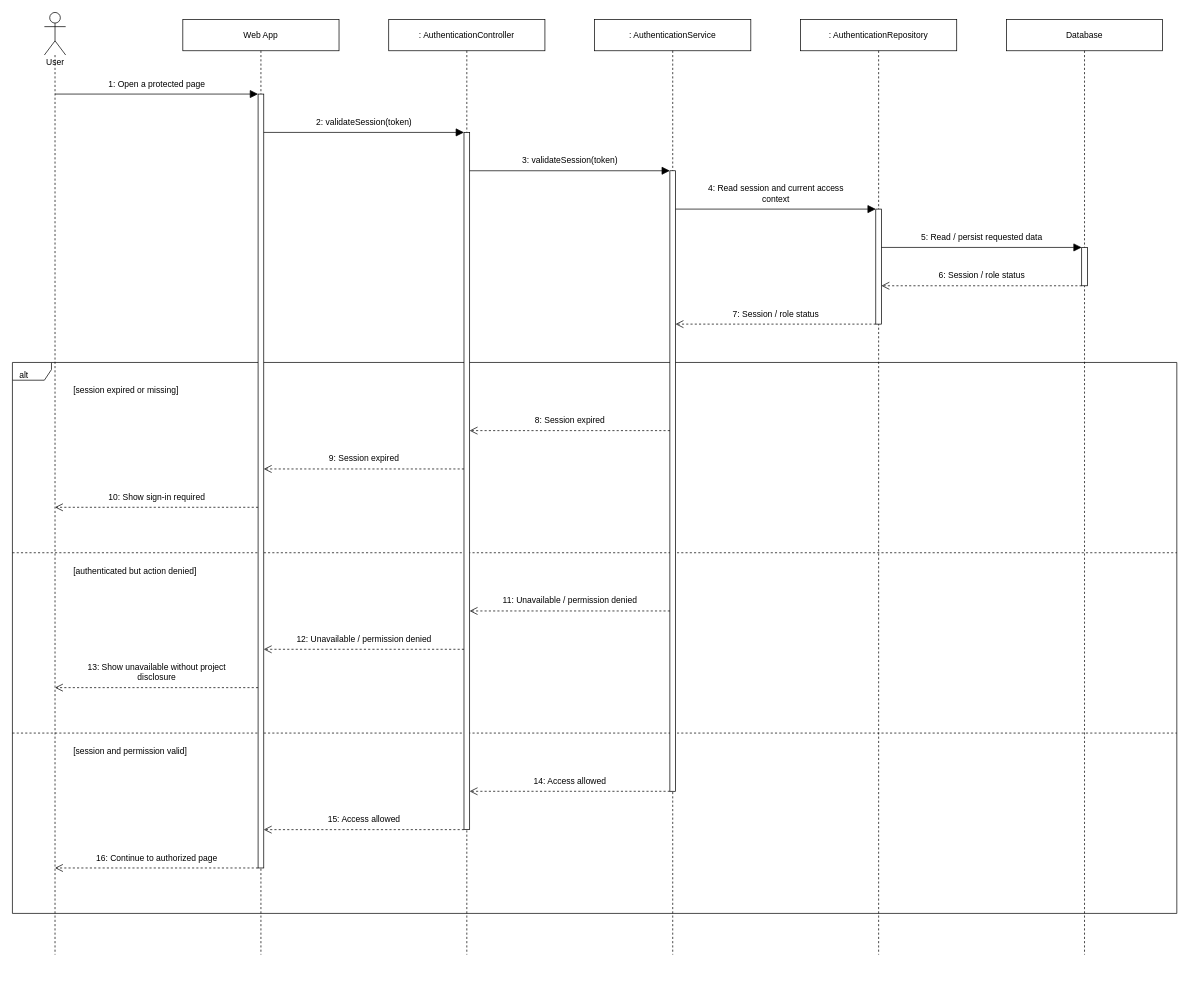
This is page "View Unauthorized and Session Expired Pages" (5 of 5) of diagrams/08-sequence/01-authentication-account/Sequence-Diagrams-Authentication-Account.drawio from openai-scientist/docs, a draw.io file, before an edit. Source tidied: cells renumbered, new cells numbered last; positions are measured from the earlier drawing's top-left corner, leaving out a move shared by most shapes. Both pictures are drawn from the tidied source at 71%, with x=0, y=0 at pixel (12, 12).
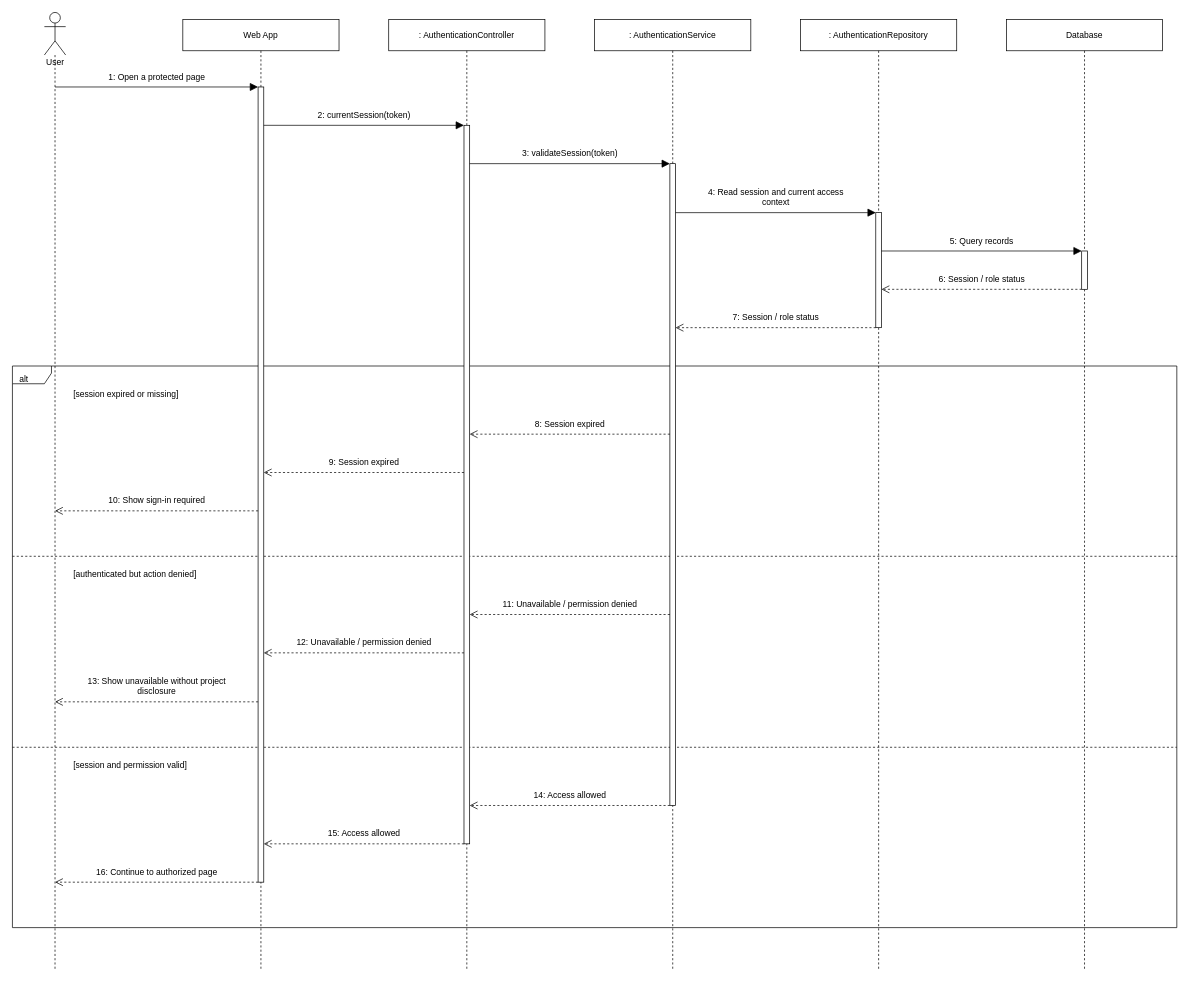
The same diagram, later.

Diff of the diagram source:
```diff
@@
     <mxCell id="2" value="alt" style="html=1;fontFamily=Arial;fontSize=12;fontColor=#000000;strokeColor=#000000;strokeWidth=1;fillColor=#FFFFFF;shape=umlFrame;fillColor=none;width=55;height=25;align=left;verticalAlign=top;spacingLeft=8;spacingTop=5;" parent="1" vertex="1">
-      <mxGeometry y="493" width="1640" height="776" as="geometry" />
+      <mxGeometry y="498" width="1640" height="791" as="geometry" />
     </mxCell>
     <mxCell id="3" value="[session expired or missing]" style="html=1;fontFamily=Arial;fontSize=12;fontColor=#000000;strokeColor=#000000;strokeWidth=1;fillColor=#FFFFFF;text;strokeColor=none;fillColor=none;align=left;verticalAlign=top;" parent="1" vertex="1">
-      <mxGeometry x="84" y="519" width="1541" height="30" as="geometry" />
+      <mxGeometry x="84" y="524" width="1541" height="30" as="geometry" />
     </mxCell>
     <mxCell id="4" value="[authenticated but action denied]" style="html=1;fontFamily=Arial;fontSize=12;fontColor=#000000;strokeColor=#000000;strokeWidth=1;fillColor=#FFFFFF;text;strokeColor=none;fillColor=none;align=left;verticalAlign=top;" parent="1" vertex="1">
-      <mxGeometry x="84" y="773" width="1541" height="30" as="geometry" />
+      <mxGeometry x="84" y="778" width="1541" height="30" as="geometry" />
     </mxCell>
     <mxCell id="5" value="[session and permission valid]" style="html=1;fontFamily=Arial;fontSize=12;fontColor=#000000;strokeColor=#000000;strokeWidth=1;fillColor=#FFFFFF;text;strokeColor=none;fillColor=none;align=left;verticalAlign=top;" parent="1" vertex="1">
-      <mxGeometry x="84" y="1027" width="1541" height="30" as="geometry" />
+      <mxGeometry x="84" y="1047" width="1541" height="30" as="geometry" />
     </mxCell>
     <mxCell id="6" style="html=1;fontFamily=Arial;fontSize=12;fontColor=#000000;strokeColor=#000000;strokeWidth=1;fillColor=#FFFFFF;dashed=1;endArrow=none;" parent="1" edge="1">
       <mxGeometry relative="1" as="geometry">
-        <mxPoint y="761" as="sourcePoint" />
-        <mxPoint x="1640" y="761" as="targetPoint" />
+        <mxPoint y="766" as="sourcePoint" />
+        <mxPoint x="1640" y="766" as="targetPoint" />
       </mxGeometry>
     </mxCell>
     <mxCell id="7" style="html=1;fontFamily=Arial;fontSize=12;fontColor=#000000;strokeColor=#000000;strokeWidth=1;fillColor=#FFFFFF;dashed=1;endArrow=none;" parent="1" edge="1">
       <mxGeometry relative="1" as="geometry">
-        <mxPoint y="1015" as="sourcePoint" />
-        <mxPoint x="1640" y="1015" as="targetPoint" />
+        <mxPoint y="1035" as="sourcePoint" />
+        <mxPoint x="1640" y="1035" as="targetPoint" />
       </mxGeometry>
     </mxCell>
     <mxCell id="8" value="User" style="html=1;fontFamily=Arial;fontSize=12;fontColor=#000000;strokeColor=#000000;strokeWidth=1;fillColor=#FFFFFF;shape=umlLifeline;participant=umlActor;size=60;perimeter=lifelinePerimeter;verticalAlign=bottom;spacingBottom=-20;" parent="1" vertex="1">
-      <mxGeometry x="45" width="30" height="1327" as="geometry" />
+      <mxGeometry x="45" width="30" height="1347" as="geometry" />
     </mxCell>
     <mxCell id="9" value="Web App" style="html=1;fontFamily=Arial;fontSize=12;fontColor=#000000;strokeColor=#000000;strokeWidth=1;fillColor=#FFFFFF;shape=umlLifeline;size=44;perimeter=lifelinePerimeter;whiteSpace=wrap;" parent="1" vertex="1">
-      <mxGeometry x="240" y="10" width="220" height="1317" as="geometry" />
+      <mxGeometry x="240" y="10" width="220" height="1337" as="geometry" />
     </mxCell>
     <mxCell id="10" value=": AuthenticationController" style="html=1;fontFamily=Arial;fontSize=12;fontColor=#000000;strokeColor=#000000;strokeWidth=1;fillColor=#FFFFFF;shape=umlLifeline;size=44;perimeter=lifelinePerimeter;whiteSpace=wrap;" parent="1" vertex="1">
-      <mxGeometry x="530" y="10" width="220" height="1317" as="geometry" />
+      <mxGeometry x="530" y="10" width="220" height="1337" as="geometry" />
     </mxCell>
     <mxCell id="11" value=": AuthenticationService" style="html=1;fontFamily=Arial;fontSize=12;fontColor=#000000;strokeColor=#000000;strokeWidth=1;fillColor=#FFFFFF;shape=umlLifeline;size=44;perimeter=lifelinePerimeter;whiteSpace=wrap;" parent="1" vertex="1">
-      <mxGeometry x="820" y="10" width="220" height="1317" as="geometry" />
+      <mxGeometry x="820" y="10" width="220" height="1337" as="geometry" />
     </mxCell>
     <mxCell id="12" value=": AuthenticationRepository" style="html=1;fontFamily=Arial;fontSize=12;fontColor=#000000;strokeColor=#000000;strokeWidth=1;fillColor=#FFFFFF;shape=umlLifeline;size=44;perimeter=lifelinePerimeter;whiteSpace=wrap;" parent="1" vertex="1">
-      <mxGeometry x="1110" y="10" width="220" height="1317" as="geometry" />
+      <mxGeometry x="1110" y="10" width="220" height="1337" as="geometry" />
     </mxCell>
     <mxCell id="13" value="Database" style="html=1;fontFamily=Arial;fontSize=12;fontColor=#000000;strokeColor=#000000;strokeWidth=1;fillColor=#FFFFFF;shape=umlLifeline;size=44;perimeter=lifelinePerimeter;whiteSpace=wrap;" parent="1" vertex="1">
-      <mxGeometry x="1400" y="10" width="220" height="1317" as="geometry" />
+      <mxGeometry x="1400" y="10" width="220" height="1337" as="geometry" />
     </mxCell>
     <mxCell id="14" style="html=1;fontFamily=Arial;fontSize=12;fontColor=#000000;strokeColor=#000000;strokeWidth=1;fillColor=#FFFFFF;" parent="9" vertex="1">
-      <mxGeometry x="106" y="105" width="8" height="1090" as="geometry" />
+      <mxGeometry x="106" y="95" width="8" height="1120" as="geometry" />
     </mxCell>
     <mxCell id="15" style="html=1;fontFamily=Arial;fontSize=12;fontColor=#000000;strokeColor=#000000;strokeWidth=1;fillColor=#FFFFFF;" parent="10" vertex="1">
-      <mxGeometry x="106" y="159" width="8" height="982" as="geometry" />
+      <mxGeometry x="106" y="149" width="8" height="1012" as="geometry" />
     </mxCell>
     <mxCell id="16" style="html=1;fontFamily=Arial;fontSize=12;fontColor=#000000;strokeColor=#000000;strokeWidth=1;fillColor=#FFFFFF;" parent="11" vertex="1">
-      <mxGeometry x="106" y="213" width="8" height="874" as="geometry" />
+      <mxGeometry x="106" y="203" width="8" height="904" as="geometry" />
     </mxCell>
     <mxCell id="17" style="html=1;fontFamily=Arial;fontSize=12;fontColor=#000000;strokeColor=#000000;strokeWidth=1;fillColor=#FFFFFF;" parent="12" vertex="1">
-      <mxGeometry x="106" y="267" width="8" height="162" as="geometry" />
+      <mxGeometry x="106" y="272" width="8" height="162" as="geometry" />
     </mxCell>
     <mxCell id="18" style="html=1;fontFamily=Arial;fontSize=12;fontColor=#000000;strokeColor=#000000;strokeWidth=1;fillColor=#FFFFFF;" parent="13" vertex="1">
-      <mxGeometry x="106" y="321" width="8" height="54" as="geometry" />
+      <mxGeometry x="106" y="326" width="8" height="54" as="geometry" />
     </mxCell>
-    <mxCell id="19" value="1: Open a protected page" style="html=1;fontFamily=Arial;fontSize=12;fontColor=#000000;strokeColor=#000000;strokeWidth=1;fillColor=#FFFFFF;edgeStyle=none;rounded=0;endSize=9;endArrow=block;endFill=1;labelBackgroundColor=#FFFFFF;verticalAlign=bottom;spacingBottom=5;exitX=0.5;exitY=0.08666164280331574;entryX=0;entryY=0.0;exitPerimeter=0;entryPerimeter=0;" parent="1" edge="1" source="8" target="14">
+    <mxCell id="19" value="1: Open a protected page" style="html=1;fontFamily=Arial;fontSize=12;fontColor=#000000;strokeColor=#000000;strokeWidth=1;fillColor=#FFFFFF;edgeStyle=none;rounded=0;endSize=9;endArrow=block;endFill=1;labelBackgroundColor=#FFFFFF;verticalAlign=bottom;spacingBottom=5;exitX=0.5;exitY=0.0779510022271715;entryX=0;entryY=0.0;exitPerimeter=0;entryPerimeter=0;" parent="1" edge="1" source="8" target="14">
       <mxGeometry relative="1" as="geometry" />
     </mxCell>
-    <mxCell id="20" value="2: validateSession(token)" style="html=1;fontFamily=Arial;fontSize=12;fontColor=#000000;strokeColor=#000000;strokeWidth=1;fillColor=#FFFFFF;edgeStyle=none;rounded=0;endSize=9;endArrow=block;endFill=1;labelBackgroundColor=#FFFFFF;verticalAlign=bottom;spacingBottom=5;exitX=1;exitY=0.04954128440366973;entryX=0;entryY=0.0;exitPerimeter=0;entryPerimeter=0;" parent="1" edge="1" source="14" target="15">
+    <mxCell id="20" value="2: currentSession(token)" style="html=1;fontFamily=Arial;fontSize=12;fontColor=#000000;strokeColor=#000000;strokeWidth=1;fillColor=#FFFFFF;edgeStyle=none;rounded=0;endSize=9;endArrow=block;endFill=1;labelBackgroundColor=#FFFFFF;verticalAlign=bottom;spacingBottom=5;exitX=1;exitY=0.048214285714285716;entryX=0;entryY=0.0;exitPerimeter=0;entryPerimeter=0;" parent="1" edge="1" source="14" target="15">
       <mxGeometry relative="1" as="geometry" />
     </mxCell>
-    <mxCell id="21" value="3: validateSession(token)" style="html=1;fontFamily=Arial;fontSize=12;fontColor=#000000;strokeColor=#000000;strokeWidth=1;fillColor=#FFFFFF;edgeStyle=none;rounded=0;endSize=9;endArrow=block;endFill=1;labelBackgroundColor=#FFFFFF;verticalAlign=bottom;spacingBottom=5;exitX=1;exitY=0.054989816700611;entryX=0;entryY=0.0;exitPerimeter=0;entryPerimeter=0;" parent="1" edge="1" source="15" target="16">
+    <mxCell id="21" value="3: validateSession(token)" style="html=1;fontFamily=Arial;fontSize=12;fontColor=#000000;strokeColor=#000000;strokeWidth=1;fillColor=#FFFFFF;edgeStyle=none;rounded=0;endSize=9;endArrow=block;endFill=1;labelBackgroundColor=#FFFFFF;verticalAlign=bottom;spacingBottom=5;exitX=1;exitY=0.0533596837944664;entryX=0;entryY=0.0;exitPerimeter=0;entryPerimeter=0;" parent="1" edge="1" source="15" target="16">
       <mxGeometry relative="1" as="geometry" />
     </mxCell>
-    <mxCell id="22" value="4: Read session and current access&lt;br&gt;context" style="html=1;fontFamily=Arial;fontSize=12;fontColor=#000000;strokeColor=#000000;strokeWidth=1;fillColor=#FFFFFF;edgeStyle=none;rounded=0;endSize=9;endArrow=block;endFill=1;labelBackgroundColor=#FFFFFF;verticalAlign=bottom;spacingBottom=5;exitX=1;exitY=0.06178489702517163;entryX=0;entryY=0.0;exitPerimeter=0;entryPerimeter=0;" parent="1" edge="1" source="16" target="17">
+    <mxCell id="22" value="4: Read session and current access&lt;br&gt;context" style="html=1;fontFamily=Arial;fontSize=12;fontColor=#000000;strokeColor=#000000;strokeWidth=1;fillColor=#FFFFFF;edgeStyle=none;rounded=0;endSize=9;endArrow=block;endFill=1;labelBackgroundColor=#FFFFFF;verticalAlign=bottom;spacingBottom=5;exitX=1;exitY=0.07632743362831858;entryX=0;entryY=0.0;exitPerimeter=0;entryPerimeter=0;" parent="1" edge="1" source="16" target="17">
       <mxGeometry relative="1" as="geometry" />
     </mxCell>
-    <mxCell id="23" value="5: Read / persist requested data" style="html=1;fontFamily=Arial;fontSize=12;fontColor=#000000;strokeColor=#000000;strokeWidth=1;fillColor=#FFFFFF;edgeStyle=none;rounded=0;endSize=9;endArrow=block;endFill=1;labelBackgroundColor=#FFFFFF;verticalAlign=bottom;spacingBottom=5;exitX=1;exitY=0.3333333333333333;entryX=0;entryY=0.0;exitPerimeter=0;entryPerimeter=0;" parent="1" edge="1" source="17" target="18">
+    <mxCell id="23" value="5: Query records" style="html=1;fontFamily=Arial;fontSize=12;fontColor=#000000;strokeColor=#000000;strokeWidth=1;fillColor=#FFFFFF;edgeStyle=none;rounded=0;endSize=9;endArrow=block;endFill=1;labelBackgroundColor=#FFFFFF;verticalAlign=bottom;spacingBottom=5;exitX=1;exitY=0.3333333333333333;entryX=0;entryY=0.0;exitPerimeter=0;entryPerimeter=0;" parent="1" edge="1" source="17" target="18">
       <mxGeometry relative="1" as="geometry" />
     </mxCell>
@@
-    <mxCell id="25" value="7: Session / role status" style="html=1;fontFamily=Arial;fontSize=12;fontColor=#000000;strokeColor=#000000;strokeWidth=1;fillColor=#FFFFFF;edgeStyle=none;rounded=0;endSize=9;dashed=1;endArrow=open;endFill=0;labelBackgroundColor=#FFFFFF;verticalAlign=bottom;spacingBottom=5;exitX=0;exitY=1.0;entryX=1;entryY=0.2471395881006865;exitPerimeter=0;entryPerimeter=0;" parent="1" edge="1" source="17" target="16">
+    <mxCell id="25" value="7: Session / role status" style="html=1;fontFamily=Arial;fontSize=12;fontColor=#000000;strokeColor=#000000;strokeWidth=1;fillColor=#FFFFFF;edgeStyle=none;rounded=0;endSize=9;dashed=1;endArrow=open;endFill=0;labelBackgroundColor=#FFFFFF;verticalAlign=bottom;spacingBottom=5;exitX=0;exitY=1.0;entryX=1;entryY=0.2555309734513274;exitPerimeter=0;entryPerimeter=0;" parent="1" edge="1" source="17" target="16">
       <mxGeometry relative="1" as="geometry" />
     </mxCell>
-    <mxCell id="26" value="8: Session expired" style="html=1;fontFamily=Arial;fontSize=12;fontColor=#000000;strokeColor=#000000;strokeWidth=1;fillColor=#FFFFFF;edgeStyle=none;rounded=0;endSize=9;dashed=1;endArrow=open;endFill=0;labelBackgroundColor=#FFFFFF;verticalAlign=bottom;spacingBottom=5;exitX=0;exitY=0.41876430205949655;entryX=1;entryY=0.42769857433808556;exitPerimeter=0;entryPerimeter=0;" parent="1" edge="1" source="16" target="15">
+    <mxCell id="26" value="8: Session expired" style="html=1;fontFamily=Arial;fontSize=12;fontColor=#000000;strokeColor=#000000;strokeWidth=1;fillColor=#FFFFFF;edgeStyle=none;rounded=0;endSize=9;dashed=1;endArrow=open;endFill=0;labelBackgroundColor=#FFFFFF;verticalAlign=bottom;spacingBottom=5;exitX=0;exitY=0.42146017699115046;entryX=1;entryY=0.4298418972332016;exitPerimeter=0;entryPerimeter=0;" parent="1" edge="1" source="16" target="15">
       <mxGeometry relative="1" as="geometry" />
     </mxCell>
-    <mxCell id="27" value="9: Session expired" style="html=1;fontFamily=Arial;fontSize=12;fontColor=#000000;strokeColor=#000000;strokeWidth=1;fillColor=#FFFFFF;edgeStyle=none;rounded=0;endSize=9;dashed=1;endArrow=open;endFill=0;labelBackgroundColor=#FFFFFF;verticalAlign=bottom;spacingBottom=5;exitX=0;exitY=0.48268839103869654;entryX=1;entryY=0.48440366972477067;exitPerimeter=0;entryPerimeter=0;" parent="1" edge="1" source="15" target="14">
+    <mxCell id="27" value="9: Session expired" style="html=1;fontFamily=Arial;fontSize=12;fontColor=#000000;strokeColor=#000000;strokeWidth=1;fillColor=#FFFFFF;edgeStyle=none;rounded=0;endSize=9;dashed=1;endArrow=open;endFill=0;labelBackgroundColor=#FFFFFF;verticalAlign=bottom;spacingBottom=5;exitX=0;exitY=0.48320158102766797;entryX=1;entryY=0.48482142857142857;exitPerimeter=0;entryPerimeter=0;" parent="1" edge="1" source="15" target="14">
       <mxGeometry relative="1" as="geometry" />
     </mxCell>
-    <mxCell id="28" value="10: Show sign-in required" style="html=1;fontFamily=Arial;fontSize=12;fontColor=#000000;strokeColor=#000000;strokeWidth=1;fillColor=#FFFFFF;edgeStyle=none;rounded=0;endSize=9;dashed=1;endArrow=open;endFill=0;labelBackgroundColor=#FFFFFF;verticalAlign=bottom;spacingBottom=5;exitX=0;exitY=0.5339449541284403;entryX=0.5;entryY=0.5252449133383572;exitPerimeter=0;entryPerimeter=0;" parent="1" edge="1" source="14" target="8">
+    <mxCell id="28" value="10: Show sign-in required" style="html=1;fontFamily=Arial;fontSize=12;fontColor=#000000;strokeColor=#000000;strokeWidth=1;fillColor=#FFFFFF;edgeStyle=none;rounded=0;endSize=9;dashed=1;endArrow=open;endFill=0;labelBackgroundColor=#FFFFFF;verticalAlign=bottom;spacingBottom=5;exitX=0;exitY=0.5330357142857143;entryX=0.5;entryY=0.5211581291759465;exitPerimeter=0;entryPerimeter=0;" parent="1" edge="1" source="14" target="8">
       <mxGeometry relative="1" as="geometry" />
     </mxCell>
-    <mxCell id="29" value="11: Unavailable / permission denied" style="html=1;fontFamily=Arial;fontSize=12;fontColor=#000000;strokeColor=#000000;strokeWidth=1;fillColor=#FFFFFF;edgeStyle=none;rounded=0;endSize=9;dashed=1;endArrow=open;endFill=0;labelBackgroundColor=#FFFFFF;verticalAlign=bottom;spacingBottom=5;exitX=0;exitY=0.7093821510297483;entryX=1;entryY=0.6863543788187373;exitPerimeter=0;entryPerimeter=0;" parent="1" edge="1" source="16" target="15">
+    <mxCell id="29" value="11: Unavailable / permission denied" style="html=1;fontFamily=Arial;fontSize=12;fontColor=#000000;strokeColor=#000000;strokeWidth=1;fillColor=#FFFFFF;edgeStyle=none;rounded=0;endSize=9;dashed=1;endArrow=open;endFill=0;labelBackgroundColor=#FFFFFF;verticalAlign=bottom;spacingBottom=5;exitX=0;exitY=0.702433628318584;entryX=1;entryY=0.6808300395256917;exitPerimeter=0;entryPerimeter=0;" parent="1" edge="1" source="16" target="15">
       <mxGeometry relative="1" as="geometry" />
     </mxCell>
-    <mxCell id="30" value="12: Unavailable / permission denied" style="html=1;fontFamily=Arial;fontSize=12;fontColor=#000000;strokeColor=#000000;strokeWidth=1;fillColor=#FFFFFF;edgeStyle=none;rounded=0;endSize=9;dashed=1;endArrow=open;endFill=0;labelBackgroundColor=#FFFFFF;verticalAlign=bottom;spacingBottom=5;exitX=0;exitY=0.7413441955193483;entryX=1;entryY=0.7174311926605504;exitPerimeter=0;entryPerimeter=0;" parent="1" edge="1" source="15" target="14">
+    <mxCell id="30" value="12: Unavailable / permission denied" style="html=1;fontFamily=Arial;fontSize=12;fontColor=#000000;strokeColor=#000000;strokeWidth=1;fillColor=#FFFFFF;edgeStyle=none;rounded=0;endSize=9;dashed=1;endArrow=open;endFill=0;labelBackgroundColor=#FFFFFF;verticalAlign=bottom;spacingBottom=5;exitX=0;exitY=0.7341897233201581;entryX=1;entryY=0.7116071428571429;exitPerimeter=0;entryPerimeter=0;" parent="1" edge="1" source="15" target="14">
       <mxGeometry relative="1" as="geometry" />
     </mxCell>
-    <mxCell id="31" value="13: Show unavailable without project&lt;br&gt;disclosure" style="html=1;fontFamily=Arial;fontSize=12;fontColor=#000000;strokeColor=#000000;strokeWidth=1;fillColor=#FFFFFF;edgeStyle=none;rounded=0;endSize=9;dashed=1;endArrow=open;endFill=0;labelBackgroundColor=#FFFFFF;verticalAlign=bottom;spacingBottom=5;exitX=0;exitY=0.7669724770642202;entryX=0.5;entryY=0.7166541070082894;exitPerimeter=0;entryPerimeter=0;" parent="1" edge="1" source="14" target="8">
+    <mxCell id="31" value="13: Show unavailable without project&lt;br&gt;disclosure" style="html=1;fontFamily=Arial;fontSize=12;fontColor=#000000;strokeColor=#000000;strokeWidth=1;fillColor=#FFFFFF;edgeStyle=none;rounded=0;endSize=9;dashed=1;endArrow=open;endFill=0;labelBackgroundColor=#FFFFFF;verticalAlign=bottom;spacingBottom=5;exitX=0;exitY=0.7732142857142857;entryX=0.5;entryY=0.7208611729769859;exitPerimeter=0;entryPerimeter=0;" parent="1" edge="1" source="14" target="8">
       <mxGeometry relative="1" as="geometry" />
     </mxCell>
-    <mxCell id="32" value="14: Access allowed" style="html=1;fontFamily=Arial;fontSize=12;fontColor=#000000;strokeColor=#000000;strokeWidth=1;fillColor=#FFFFFF;edgeStyle=none;rounded=0;endSize=9;dashed=1;endArrow=open;endFill=0;labelBackgroundColor=#FFFFFF;verticalAlign=bottom;spacingBottom=5;exitX=0;exitY=1.0;entryX=1;entryY=0.945010183299389;exitPerimeter=0;entryPerimeter=0;" parent="1" edge="1" source="16" target="15">
+    <mxCell id="32" value="14: Access allowed" style="html=1;fontFamily=Arial;fontSize=12;fontColor=#000000;strokeColor=#000000;strokeWidth=1;fillColor=#FFFFFF;edgeStyle=none;rounded=0;endSize=9;dashed=1;endArrow=open;endFill=0;labelBackgroundColor=#FFFFFF;verticalAlign=bottom;spacingBottom=5;exitX=0;exitY=1.0;entryX=1;entryY=0.9466403162055336;exitPerimeter=0;entryPerimeter=0;" parent="1" edge="1" source="16" target="15">
       <mxGeometry relative="1" as="geometry" />
     </mxCell>
-    <mxCell id="33" value="15: Access allowed" style="html=1;fontFamily=Arial;fontSize=12;fontColor=#000000;strokeColor=#000000;strokeWidth=1;fillColor=#FFFFFF;edgeStyle=none;rounded=0;endSize=9;dashed=1;endArrow=open;endFill=0;labelBackgroundColor=#FFFFFF;verticalAlign=bottom;spacingBottom=5;exitX=0;exitY=1.0;entryX=1;entryY=0.9504587155963303;exitPerimeter=0;entryPerimeter=0;" parent="1" edge="1" source="15" target="14">
+    <mxCell id="33" value="15: Access allowed" style="html=1;fontFamily=Arial;fontSize=12;fontColor=#000000;strokeColor=#000000;strokeWidth=1;fillColor=#FFFFFF;edgeStyle=none;rounded=0;endSize=9;dashed=1;endArrow=open;endFill=0;labelBackgroundColor=#FFFFFF;verticalAlign=bottom;spacingBottom=5;exitX=0;exitY=1.0;entryX=1;entryY=0.9517857142857142;exitPerimeter=0;entryPerimeter=0;" parent="1" edge="1" source="15" target="14">
       <mxGeometry relative="1" as="geometry" />
     </mxCell>
-    <mxCell id="34" value="16: Continue to authorized page" style="html=1;fontFamily=Arial;fontSize=12;fontColor=#000000;strokeColor=#000000;strokeWidth=1;fillColor=#FFFFFF;edgeStyle=none;rounded=0;endSize=9;dashed=1;endArrow=open;endFill=0;labelBackgroundColor=#FFFFFF;verticalAlign=bottom;spacingBottom=5;exitX=0;exitY=1.0;entryX=0.5;entryY=0.9080633006782216;exitPerimeter=0;entryPerimeter=0;" parent="1" edge="1" source="14" target="8">
+    <mxCell id="34" value="16: Continue to authorized page" style="html=1;fontFamily=Arial;fontSize=12;fontColor=#000000;strokeColor=#000000;strokeWidth=1;fillColor=#FFFFFF;edgeStyle=none;rounded=0;endSize=9;dashed=1;endArrow=open;endFill=0;labelBackgroundColor=#FFFFFF;verticalAlign=bottom;spacingBottom=5;exitX=0;exitY=1.0;entryX=0.5;entryY=0.9094283593170007;exitPerimeter=0;entryPerimeter=0;" parent="1" edge="1" source="14" target="8">
       <mxGeometry relative="1" as="geometry" />
     </mxCell>
```
